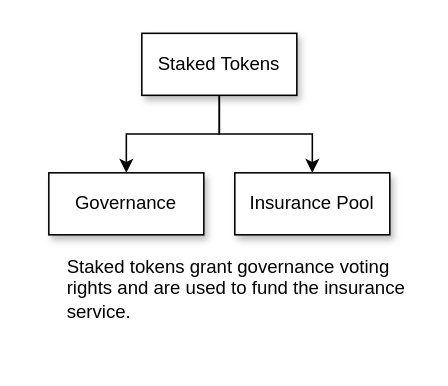
api3dao/old-api3-docs keeps this draw.io diagram as docs/next/assets/diagrams/dao-pool-staking.drawio. Above is the earlier version. Source tidied: cells renumbered, new cells numbered last; positions are measured from the earlier drawing's top-left corner, leaving out a move shared by most shapes. Both pictures are drawn from the tidied source at 155%, with x=0, y=0 at pixel (48, 33).
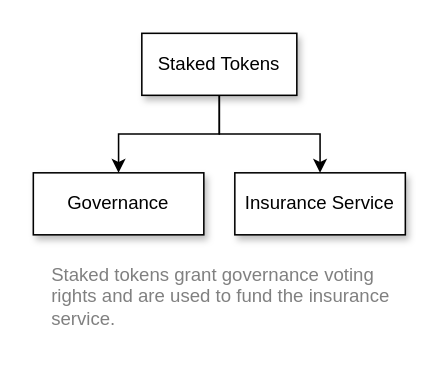
After the change.

Change to the diagram source:
```diff
@@
 <mxGraphModel>
   <root>
     <mxCell id="0" />
     <mxCell id="1" parent="0" />
     <mxCell id="2" style="edgeStyle=orthogonalEdgeStyle;rounded=0;jettySize=auto;html=1;entryX=0.5;entryY=0;entryDx=0;entryDy=0;" parent="1" edge="1" source="4" target="5">
       <mxGeometry relative="1" as="geometry" />
     </mxCell>
     <mxCell id="3" style="edgeStyle=orthogonalEdgeStyle;rounded=0;jettySize=auto;html=1;entryX=0.5;entryY=0;entryDx=0;entryDy=0;" parent="1" edge="1" source="4" target="6">
       <mxGeometry relative="1" as="geometry" />
     </mxCell>
     <mxCell id="4" value="Staked Tokens" style="rounded=0;whiteSpace=wrap;html=1;shadow=1;" parent="1" vertex="1">
       <mxGeometry x="60" width="100" height="40" as="geometry" />
     </mxCell>
     <mxCell id="5" value="Governance" style="rounded=0;whiteSpace=wrap;html=1;shadow=1;" parent="1" vertex="1">
-      <mxGeometry y="90" width="100" height="40" as="geometry" />
+      <mxGeometry x="-10" y="90" width="110" height="40" as="geometry" />
     </mxCell>
-    <mxCell id="6" value="Insurance Pool" style="rounded=0;whiteSpace=wrap;html=1;shadow=1;" parent="1" vertex="1">
-      <mxGeometry x="120" y="90" width="100" height="40" as="geometry" />
+    <mxCell id="6" value="Insurance Service" style="rounded=0;whiteSpace=wrap;html=1;shadow=1;" parent="1" vertex="1">
+      <mxGeometry x="120" y="90" width="110" height="40" as="geometry" />
     </mxCell>
-    <mxCell id="7" value="Staked tokens grant governance voting rights and are used to fund the insurance service." style="text;html=1;strokeColor=none;fillColor=none;align=left;verticalAlign=middle;whiteSpace=wrap;rounded=0;fontSize=12;" parent="1" vertex="1">
-      <mxGeometry x="10" y="120" width="230" height="90" as="geometry" />
+    <mxCell id="7" value="Staked tokens grant governance voting rights and are used to fund the insurance service." style="text;html=1;strokeColor=none;fillColor=none;align=left;verticalAlign=middle;whiteSpace=wrap;rounded=0;fontSize=12;fontColor=#808080;" parent="1" vertex="1">
+      <mxGeometry y="130" width="240" height="80" as="geometry" />
     </mxCell>
   </root>
 </mxGraphModel>
```
